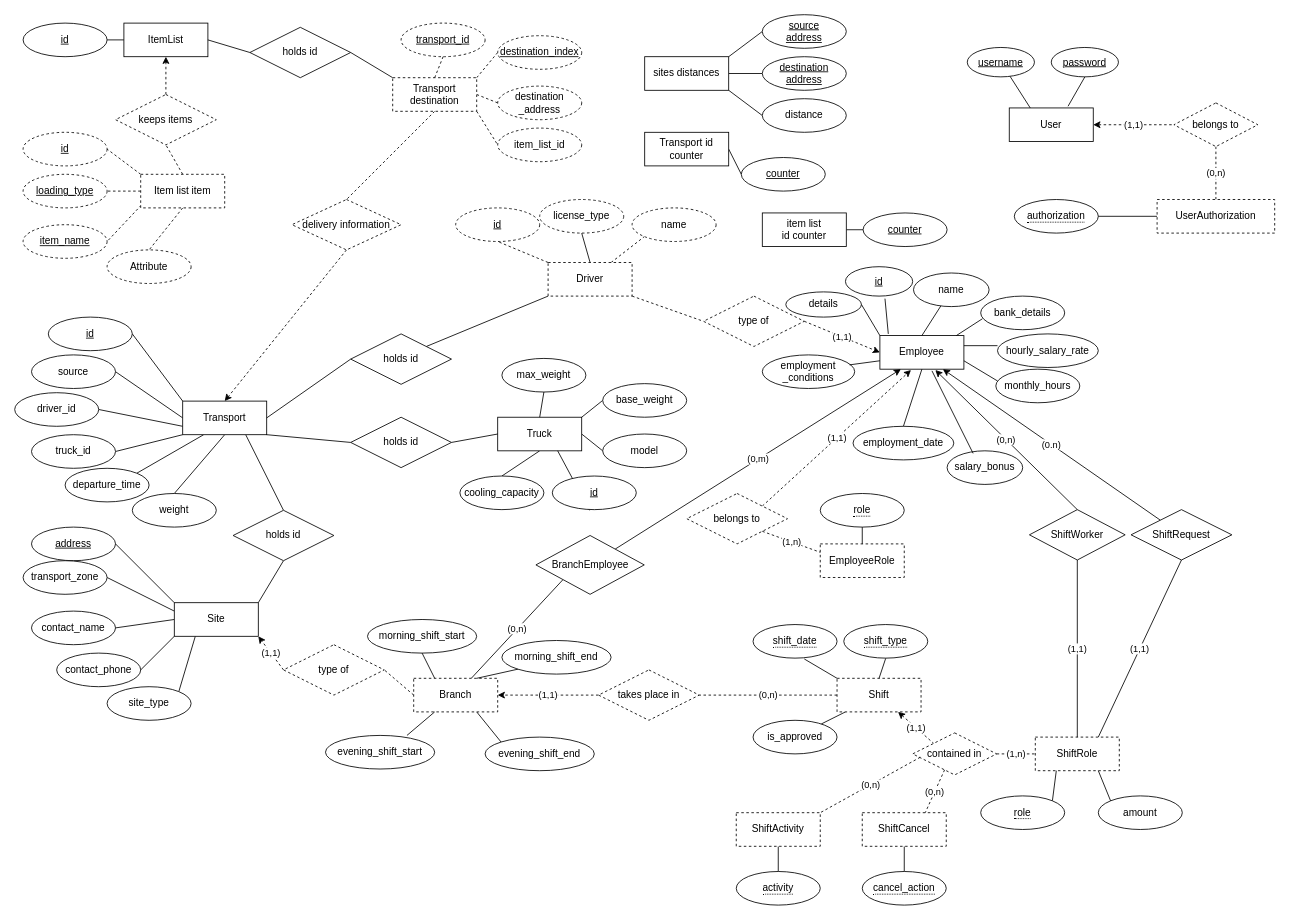
Earlier version of the draw.io diagram docs/Diagrams/database ERD.drawio (ADSS-GROUP-M/ADSS_GROUP_M). Source tidied: cells renumbered, new cells numbered last; positions are measured from the earlier drawing's top-left corner, leaving out a move shared by most shapes. Both pictures are drawn from the tidied source at 84%, with x=0, y=0 at pixel (14, 14).
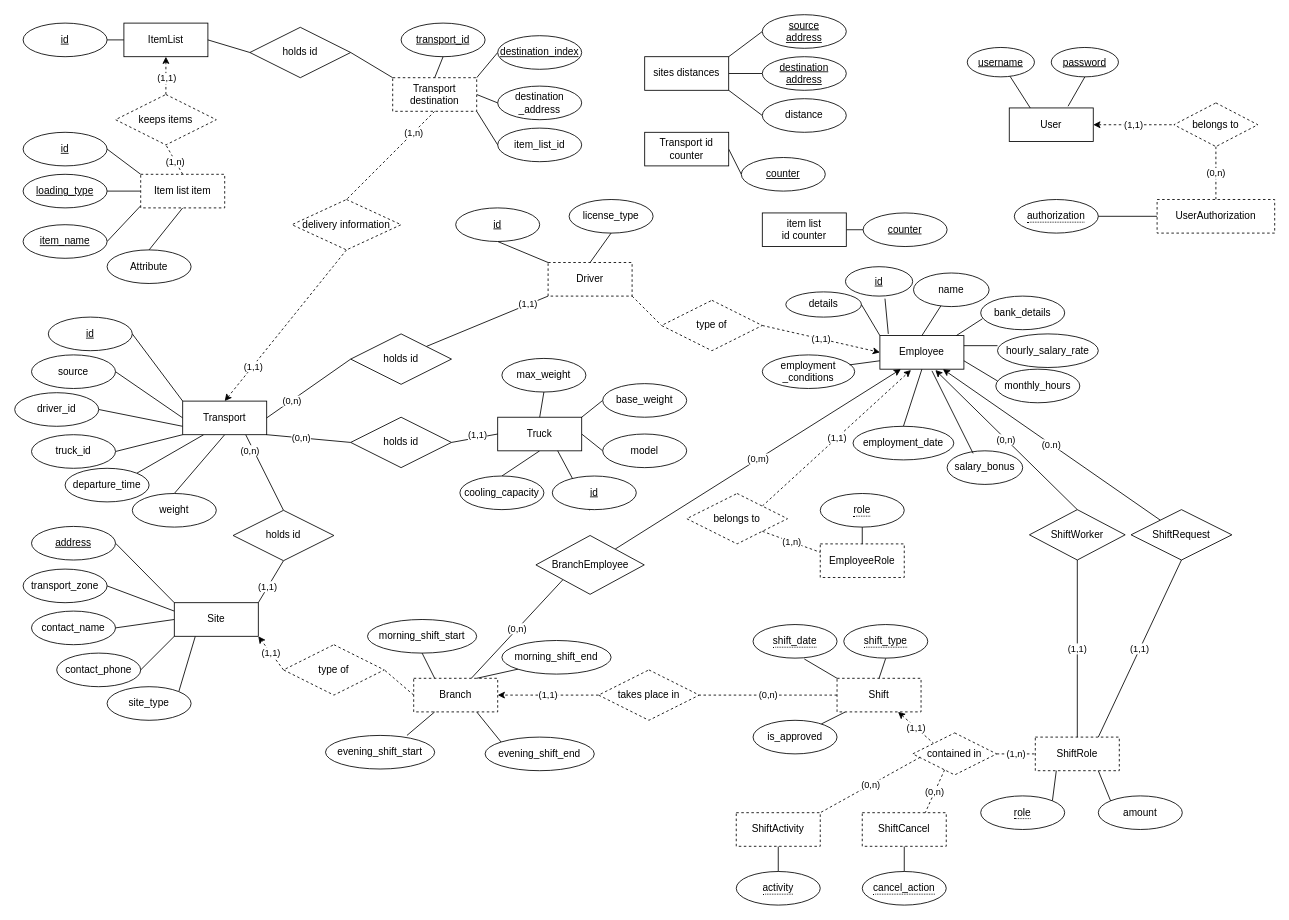
Above is the later version.

Commit message (it also covers changes not shown here):
updated transport part of the ERD

Unchanged cells that the change refers to:
```xml
<mxCell id="27" style="rounded=0;jettySize=auto;html=1;exitX=0.5;exitY=0;exitDx=0;exitDy=0;entryX=0.5;entryY=1;entryDx=0;entryDy=0;dashed=1;" parent="1" edge="1" source="29" target="25">
  <mxGeometry relative="1" as="geometry" />
</mxCell>
<mxCell id="30" style="rounded=0;jettySize=auto;html=1;exitX=0.5;exitY=0;exitDx=0;exitDy=0;endArrow=none;endFill=0;dashed=1;entryX=0.5;entryY=1;entryDx=0;entryDy=0;" parent="1" edge="1" source="34" target="29">
  <mxGeometry relative="1" as="geometry" />
</mxCell>
<mxCell id="34" value="Item list item" style="whiteSpace=wrap;html=1;align=center;dashed=1;" parent="1" vertex="1">
  <mxGeometry x="150" y="190" width="100" height="40" as="geometry" />
</mxCell>
<mxCell id="43" value="Driver" style="whiteSpace=wrap;html=1;align=center;dashed=1;" parent="1" vertex="1">
  <mxGeometry x="635" y="295" width="100" height="40" as="geometry" />
</mxCell>
<mxCell id="53" style="rounded=0;jettySize=auto;html=1;exitX=0.5;exitY=1;exitDx=0;exitDy=0;entryX=0.5;entryY=0;entryDx=0;entryDy=0;endArrow=none;endFill=0;dashed=1;" parent="1" edge="1" source="55" target="80">
  <mxGeometry relative="1" as="geometry" />
</mxCell>
<mxCell id="55" value="Transport destination" style="whiteSpace=wrap;html=1;align=center;dashed=1;" parent="1" vertex="1">
  <mxGeometry x="450" y="75" width="100" height="40" as="geometry" />
</mxCell>
<mxCell id="73" style="rounded=0;jettySize=auto;html=1;exitX=0.75;exitY=1;exitDx=0;exitDy=0;entryX=0.5;entryY=0;entryDx=0;entryDy=0;endArrow=none;endFill=0;" parent="1" edge="1" source="75" target="86">
  <mxGeometry relative="1" as="geometry" />
</mxCell>
<mxCell id="74" style="rounded=0;jettySize=auto;html=1;exitX=1;exitY=1;exitDx=0;exitDy=0;entryX=0;entryY=0.5;entryDx=0;entryDy=0;endArrow=none;endFill=0;" parent="1" edge="1" source="75" target="91">
  <mxGeometry relative="1" as="geometry" />
</mxCell>
<mxCell id="79" style="rounded=0;jettySize=auto;html=1;exitX=0.5;exitY=1;exitDx=0;exitDy=0;entryX=0.5;entryY=0;entryDx=0;entryDy=0;dashed=1;" parent="1" edge="1" source="80" target="75">
  <mxGeometry relative="1" as="geometry" />
</mxCell>
<mxCell id="85" style="rounded=0;jettySize=auto;html=1;exitX=0.5;exitY=1;exitDx=0;exitDy=0;entryX=1;entryY=0;entryDx=0;entryDy=0;endArrow=none;endFill=0;" parent="1" edge="1" source="86" target="6">
  <mxGeometry relative="1" as="geometry" />
</mxCell>
<mxCell id="87" style="rounded=0;jettySize=auto;html=1;exitX=1;exitY=0;exitDx=0;exitDy=0;entryX=0;entryY=1;entryDx=0;entryDy=0;endArrow=none;endFill=0;" parent="1" edge="1" source="89" target="43">
  <mxGeometry relative="1" as="geometry" />
</mxCell>
<mxCell id="88" style="rounded=0;jettySize=auto;html=1;exitX=0;exitY=0.5;exitDx=0;exitDy=0;entryX=1;entryY=0.5;entryDx=0;entryDy=0;endArrow=none;endFill=0;" parent="1" edge="1" source="89" target="75">
  <mxGeometry relative="1" as="geometry" />
</mxCell>
<mxCell id="90" style="rounded=0;jettySize=auto;html=1;exitX=1;exitY=0.5;exitDx=0;exitDy=0;entryX=0;entryY=0.5;entryDx=0;entryDy=0;endArrow=none;endFill=0;" parent="1" edge="1" source="91" target="18">
  <mxGeometry relative="1" as="geometry" />
</mxCell>
```

What changed in the source:
```diff
@@
     <mxCell id="8" value="address" style="ellipse;whiteSpace=wrap;html=1;align=center;fontStyle=4;" parent="1" vertex="1">
-      <mxGeometry x="20" y="610" width="100" height="40" as="geometry" />
+      <mxGeometry x="20" y="609.2" width="100" height="40" as="geometry" />
     </mxCell>
     <mxCell id="9" value="transport_zone" style="ellipse;whiteSpace=wrap;html=1;align=center;" parent="1" vertex="1">
-      <mxGeometry x="10" y="650" width="100" height="40" as="geometry" />
+      <mxGeometry x="10" y="660" width="100" height="40" as="geometry" />
     </mxCell>
@@
+    <mxCell id="183" value="(1,1)" style="edgeLabel;html=1;align=center;verticalAlign=middle;" parent="27" vertex="1">
+      <mxGeometry x="-0.46" relative="1" as="geometry">
+        <mxPoint y="-8" as="offset" />
+      </mxGeometry>
+    </mxCell>
-    <mxCell id="28" style="rounded=0;jettySize=auto;html=1;exitX=0;exitY=0;exitDx=0;exitDy=0;entryX=1;entryY=0.5;entryDx=0;entryDy=0;dashed=1;endArrow=none;endFill=0;" parent="1" edge="1" source="34" target="35">
+    <mxCell id="28" style="rounded=0;jettySize=auto;html=1;exitX=0;exitY=0;exitDx=0;exitDy=0;entryX=1;entryY=0.5;entryDx=0;entryDy=0;endArrow=none;endFill=0;" parent="1" edge="1" source="34" target="35">
       <mxGeometry relative="1" as="geometry" />
     </mxCell>
@@
+    <mxCell id="184" value="(1,n)" style="edgeLabel;html=1;align=center;verticalAlign=middle;" parent="30" vertex="1">
+      <mxGeometry x="-0.4" relative="1" as="geometry">
+        <mxPoint x="-4" y="-5" as="offset" />
+      </mxGeometry>
+    </mxCell>
-    <mxCell id="31" style="rounded=0;jettySize=auto;html=1;exitX=0;exitY=0.5;exitDx=0;exitDy=0;entryX=1;entryY=0.5;entryDx=0;entryDy=0;dashed=1;endArrow=none;endFill=0;" parent="1" edge="1" source="34" target="36">
+    <mxCell id="31" style="rounded=0;jettySize=auto;html=1;exitX=0;exitY=0.5;exitDx=0;exitDy=0;entryX=1;entryY=0.5;entryDx=0;entryDy=0;endArrow=none;endFill=0;" parent="1" edge="1" source="34" target="36">
       <mxGeometry relative="1" as="geometry" />
     </mxCell>
-    <mxCell id="32" style="rounded=0;jettySize=auto;html=1;exitX=0.006;exitY=0.921;exitDx=0;exitDy=0;entryX=1;entryY=0.5;entryDx=0;entryDy=0;dashed=1;endArrow=none;endFill=0;exitPerimeter=0;" parent="1" edge="1" source="34" target="37">
+    <mxCell id="32" style="rounded=0;jettySize=auto;html=1;exitX=0.006;exitY=0.921;exitDx=0;exitDy=0;entryX=1;entryY=0.5;entryDx=0;entryDy=0;endArrow=none;endFill=0;exitPerimeter=0;" parent="1" edge="1" source="34" target="37">
       <mxGeometry relative="1" as="geometry" />
     </mxCell>
-    <mxCell id="33" style="rounded=0;jettySize=auto;html=1;exitX=0.5;exitY=1;exitDx=0;exitDy=0;entryX=0.5;entryY=0;entryDx=0;entryDy=0;dashed=1;endArrow=none;endFill=0;" parent="1" edge="1" source="34" target="38">
+    <mxCell id="33" style="rounded=0;jettySize=auto;html=1;exitX=0.5;exitY=1;exitDx=0;exitDy=0;entryX=0.5;entryY=0;entryDx=0;entryDy=0;endArrow=none;endFill=0;" parent="1" edge="1" source="34" target="38">
       <mxGeometry relative="1" as="geometry" />
     </mxCell>
@@
-    <mxCell id="35" value="id" style="ellipse;whiteSpace=wrap;html=1;align=center;fontStyle=4;dashed=1;" parent="1" vertex="1">
+    <mxCell id="35" value="id" style="ellipse;whiteSpace=wrap;html=1;align=center;fontStyle=4;" parent="1" vertex="1">
       <mxGeometry x="10" y="140" width="100" height="40" as="geometry" />
     </mxCell>
-    <mxCell id="36" value="loading_type" style="ellipse;whiteSpace=wrap;html=1;align=center;fontStyle=4;dashed=1;" parent="1" vertex="1">
+    <mxCell id="36" value="loading_type" style="ellipse;whiteSpace=wrap;html=1;align=center;fontStyle=4;" parent="1" vertex="1">
       <mxGeometry x="10" y="190" width="100" height="40" as="geometry" />
     </mxCell>
-    <mxCell id="37" value="item_name" style="ellipse;whiteSpace=wrap;html=1;align=center;fontStyle=4;dashed=1;" parent="1" vertex="1">
+    <mxCell id="37" value="item_name" style="ellipse;whiteSpace=wrap;html=1;align=center;fontStyle=4;" parent="1" vertex="1">
       <mxGeometry x="10" y="250" width="100" height="40" as="geometry" />
     </mxCell>
-    <mxCell id="38" value="Attribute" style="ellipse;whiteSpace=wrap;html=1;align=center;dashed=1;" parent="1" vertex="1">
+    <mxCell id="38" value="Attribute" style="ellipse;whiteSpace=wrap;html=1;align=center;" parent="1" vertex="1">
       <mxGeometry x="110" y="280" width="100" height="40" as="geometry" />
     </mxCell>
-    <mxCell id="39" style="rounded=0;jettySize=auto;html=1;exitX=0;exitY=0;exitDx=0;exitDy=0;entryX=0.5;entryY=1;entryDx=0;entryDy=0;endArrow=none;endFill=0;dashed=1;" parent="1" edge="1" source="43" target="44">
+    <mxCell id="39" style="rounded=0;jettySize=auto;html=1;exitX=0;exitY=0;exitDx=0;exitDy=0;entryX=0.5;entryY=1;entryDx=0;entryDy=0;endArrow=none;endFill=0;" parent="1" edge="1" source="43" target="44">
       <mxGeometry relative="1" as="geometry" />
     </mxCell>
@@
-    <mxCell id="41" style="rounded=0;jettySize=auto;html=1;exitX=0.75;exitY=0;exitDx=0;exitDy=0;entryX=0;entryY=1;entryDx=0;entryDy=0;dashed=1;endArrow=none;endFill=0;" parent="1" edge="1" source="43" target="46">
-      <mxGeometry relative="1" as="geometry" />
-    </mxCell>
@@
-    <mxCell id="44" value="id" style="ellipse;whiteSpace=wrap;html=1;align=center;fontStyle=4;dashed=1;" parent="1" vertex="1">
+    <mxCell id="44" value="id" style="ellipse;whiteSpace=wrap;html=1;align=center;fontStyle=4;" parent="1" vertex="1">
       <mxGeometry x="525" y="230" width="100" height="40" as="geometry" />
     </mxCell>
-    <mxCell id="45" value="license_type" style="ellipse;whiteSpace=wrap;html=1;align=center;dashed=1;" parent="1" vertex="1">
-      <mxGeometry x="625" y="220" width="100" height="40" as="geometry" />
+    <mxCell id="45" value="license_type" style="ellipse;whiteSpace=wrap;html=1;align=center;" parent="1" vertex="1">
+      <mxGeometry x="660" y="220" width="100" height="40" as="geometry" />
     </mxCell>
-    <mxCell id="46" value="name" style="ellipse;whiteSpace=wrap;html=1;align=center;dashed=1;" parent="1" vertex="1">
-      <mxGeometry x="735" y="230" width="100" height="40" as="geometry" />
-    </mxCell>
@@
-    <mxCell id="50" style="rounded=0;jettySize=auto;html=1;exitX=1;exitY=1;exitDx=0;exitDy=0;entryX=0;entryY=0.5;entryDx=0;entryDy=0;endArrow=none;endFill=0;dashed=1;" parent="1" edge="1" source="55" target="59">
+    <mxCell id="50" style="rounded=0;jettySize=auto;html=1;exitX=1;exitY=1;exitDx=0;exitDy=0;entryX=0;entryY=0.5;entryDx=0;entryDy=0;endArrow=none;endFill=0;" parent="1" edge="1" source="55" target="59">
       <mxGeometry relative="1" as="geometry" />
     </mxCell>
-    <mxCell id="51" style="rounded=0;jettySize=auto;html=1;exitX=1;exitY=0.5;exitDx=0;exitDy=0;entryX=0;entryY=0.5;entryDx=0;entryDy=0;endArrow=none;endFill=0;dashed=1;" parent="1" edge="1" source="55" target="58">
+    <mxCell id="51" style="rounded=0;jettySize=auto;html=1;exitX=1;exitY=0.5;exitDx=0;exitDy=0;entryX=0;entryY=0.5;entryDx=0;entryDy=0;endArrow=none;endFill=0;" parent="1" edge="1" source="55" target="58">
       <mxGeometry relative="1" as="geometry" />
     </mxCell>
-    <mxCell id="52" style="rounded=0;jettySize=auto;html=1;exitX=1;exitY=0;exitDx=0;exitDy=0;entryX=0;entryY=0.5;entryDx=0;entryDy=0;endArrow=none;endFill=0;dashed=1;" parent="1" edge="1" source="55" target="57">
+    <mxCell id="52" style="rounded=0;jettySize=auto;html=1;exitX=1;exitY=0;exitDx=0;exitDy=0;entryX=0;entryY=0.5;entryDx=0;entryDy=0;endArrow=none;endFill=0;" parent="1" edge="1" source="55" target="57">
       <mxGeometry relative="1" as="geometry" />
     </mxCell>
@@
+    <mxCell id="185" value="(1,n)" style="edgeLabel;html=1;align=center;verticalAlign=middle;" parent="53" vertex="1">
+      <mxGeometry x="-0.17" y="-1" relative="1" as="geometry">
+        <mxPoint x="19" y="-18" as="offset" />
+      </mxGeometry>
+    </mxCell>
@@
-    <mxCell id="56" value="transport_id" style="ellipse;whiteSpace=wrap;html=1;align=center;fontStyle=4;dashed=1;" parent="1" vertex="1">
+    <mxCell id="56" value="transport_id" style="ellipse;whiteSpace=wrap;html=1;align=center;fontStyle=4;" parent="1" vertex="1">
       <mxGeometry x="460" y="10" width="100" height="40" as="geometry" />
     </mxCell>
-    <mxCell id="57" value="destination_index" style="ellipse;whiteSpace=wrap;html=1;align=center;fontStyle=4;dashed=1;" parent="1" vertex="1">
+    <mxCell id="57" value="destination_index" style="ellipse;whiteSpace=wrap;html=1;align=center;fontStyle=4;" parent="1" vertex="1">
       <mxGeometry x="575" y="25" width="100" height="40" as="geometry" />
     </mxCell>
-    <mxCell id="58" value="destination _address" style="ellipse;whiteSpace=wrap;html=1;align=center;dashed=1;" parent="1" vertex="1">
+    <mxCell id="58" value="destination _address" style="ellipse;whiteSpace=wrap;html=1;align=center;" parent="1" vertex="1">
       <mxGeometry x="575" y="85" width="100" height="40" as="geometry" />
     </mxCell>
-    <mxCell id="59" value="item_list_id" style="ellipse;whiteSpace=wrap;html=1;align=center;dashed=1;" parent="1" vertex="1">
+    <mxCell id="59" value="item_list_id" style="ellipse;whiteSpace=wrap;html=1;align=center;" parent="1" vertex="1">
       <mxGeometry x="575" y="135" width="100" height="40" as="geometry" />
     </mxCell>
@@
+    <mxCell id="186" value="(0,n)" style="edgeLabel;html=1;align=center;verticalAlign=middle;" parent="73" vertex="1">
+      <mxGeometry x="0.41" y="-1" relative="1" as="geometry">
+        <mxPoint x="-26" y="-45" as="offset" />
+      </mxGeometry>
+    </mxCell>
@@
+    <mxCell id="187" value="(0,n)" style="edgeLabel;html=1;align=center;verticalAlign=middle;" parent="74" vertex="1">
+      <mxGeometry x="-0.18" relative="1" as="geometry" />
+    </mxCell>
@@
-    <mxCell id="78" style="rounded=0;jettySize=auto;html=1;exitX=0.5;exitY=0;exitDx=0;exitDy=0;entryX=0.5;entryY=1;entryDx=0;entryDy=0;endArrow=none;endFill=0;dashed=1;" parent="1" edge="1" source="55" target="56">
+    <mxCell id="78" style="rounded=0;jettySize=auto;html=1;exitX=0.5;exitY=0;exitDx=0;exitDy=0;entryX=0.5;entryY=1;entryDx=0;entryDy=0;endArrow=none;endFill=0;" parent="1" edge="1" source="55" target="56">
       <mxGeometry relative="1" as="geometry" />
     </mxCell>
@@
+    <mxCell id="188" value="(1,1)" style="edgeLabel;html=1;align=center;verticalAlign=middle;" parent="79" vertex="1">
+      <mxGeometry x="0.53" relative="1" as="geometry">
+        <mxPoint y="1" as="offset" />
+      </mxGeometry>
+    </mxCell>
@@
+    <mxCell id="189" value="(1,1)" style="edgeLabel;html=1;align=center;verticalAlign=middle;" parent="85" vertex="1">
+      <mxGeometry x="0.57" y="2" relative="1" as="geometry">
+        <mxPoint x="2" y="-10" as="offset" />
+      </mxGeometry>
+    </mxCell>
@@
+    <mxCell id="190" value="(1,1)" style="edgeLabel;html=1;align=center;verticalAlign=middle;" parent="87" vertex="1">
+      <mxGeometry x="0.21" y="2" relative="1" as="geometry">
+        <mxPoint x="33" y="-12" as="offset" />
+      </mxGeometry>
+    </mxCell>
@@
+    <mxCell id="191" value="(0,n)" style="edgeLabel;html=1;align=center;verticalAlign=middle;" parent="88" vertex="1">
+      <mxGeometry x="-0.12" y="2" relative="1" as="geometry">
+        <mxPoint x="-27" y="17" as="offset" />
+      </mxGeometry>
+    </mxCell>
@@
+    <mxCell id="192" value="(1,1)" style="edgeLabel;html=1;align=center;verticalAlign=middle;" parent="90" vertex="1">
+      <mxGeometry x="0.44" y="1" relative="1" as="geometry">
+        <mxPoint x="-9" y="-1" as="offset" />
+      </mxGeometry>
+    </mxCell>
@@
     <mxCell id="96" value="type of" style="shape=rhombus;perimeter=rhombusPerimeter;whiteSpace=wrap;html=1;align=center;dashed=1;" parent="1" vertex="1">
-      <mxGeometry x="820" y="335" width="120" height="60" as="geometry" />
+      <mxGeometry x="770" y="340" width="120" height="60" as="geometry" />
     </mxCell>
```
